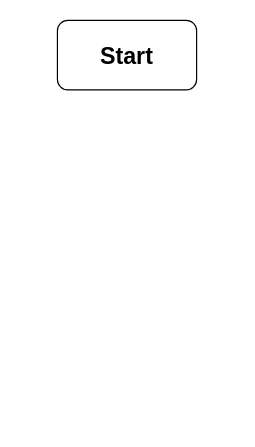
Earlier version of the draw.io diagram Pemrograman Dasar/UAS/Untitled Diagram.drawio (Rizqirazkafi/Kuliah). Source tidied: cells renumbered, new cells numbered last; positions are measured from the earlier drawing's top-left corner, leaving out a move shared by most shapes. Both pictures are drawn from the tidied source at 116%, with x=0, y=0 at pixel (57, 20).
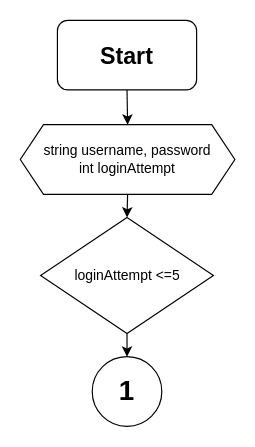
Above is the later version.

Change to the diagram source:
```diff
@@
 <mxGraphModel>
   <root>
     <mxCell id="0" />
     <mxCell id="1" parent="0" />
+    <mxCell id="3" style="edgeStyle=orthogonalEdgeStyle;rounded=0;jettySize=auto;html=1;exitX=0.5;exitY=1;exitDx=0;exitDy=0;entryX=0.5;entryY=0;entryDx=0;entryDy=0;" parent="1" edge="1" source="2" target="5">
+      <mxGeometry relative="1" as="geometry" />
+    </mxCell>
     <mxCell id="2" value="&lt;b&gt;&lt;font style=&quot;font-size: 20px&quot;&gt;Start&lt;/font&gt;&lt;/b&gt;" style="rounded=1;whiteSpace=wrap;html=1;" parent="1" vertex="1">
       <mxGeometry width="120" height="60" as="geometry" />
     </mxCell>
+    <mxCell id="4" style="edgeStyle=orthogonalEdgeStyle;rounded=0;jettySize=auto;html=1;exitX=0.5;exitY=1;exitDx=0;exitDy=0;entryX=0.5;entryY=0;entryDx=0;entryDy=0;" parent="1" edge="1" source="5" target="7">
+      <mxGeometry relative="1" as="geometry" />
+    </mxCell>
+    <mxCell id="5" value="&lt;div&gt;string username, password&lt;/div&gt;&lt;div&gt;int loginAttempt&lt;br&gt;&lt;/div&gt;" style="shape=hexagon;perimeter=hexagonPerimeter2;whiteSpace=wrap;html=1;fixedSize=1;" parent="1" vertex="1">
+      <mxGeometry x="-32" y="90" width="185" height="60" as="geometry" />
+    </mxCell>
+    <mxCell id="6" style="edgeStyle=orthogonalEdgeStyle;rounded=0;jettySize=auto;html=1;exitX=0.5;exitY=1;exitDx=0;exitDy=0;entryX=0.5;entryY=0;entryDx=0;entryDy=0;entryPerimeter=0;" parent="1" edge="1" source="7">
+      <mxGeometry relative="1" as="geometry">
+        <mxPoint x="60" y="290" as="targetPoint" />
+      </mxGeometry>
+    </mxCell>
+    <mxCell id="7" value="loginAttempt &amp;lt;=5" style="rhombus;whiteSpace=wrap;html=1;" parent="1" vertex="1">
+      <mxGeometry x="-14.5" y="170" width="149" height="100" as="geometry" />
+    </mxCell>
+    <mxCell id="8" value="&lt;b&gt;&lt;font style=&quot;font-size: 24px&quot;&gt;1&lt;/font&gt;&lt;/b&gt;" style="ellipse;whiteSpace=wrap;html=1;" parent="1" vertex="1">
+      <mxGeometry x="30" y="290" width="60" height="60" as="geometry" />
+    </mxCell>
   </root>
 </mxGraphModel>
```
